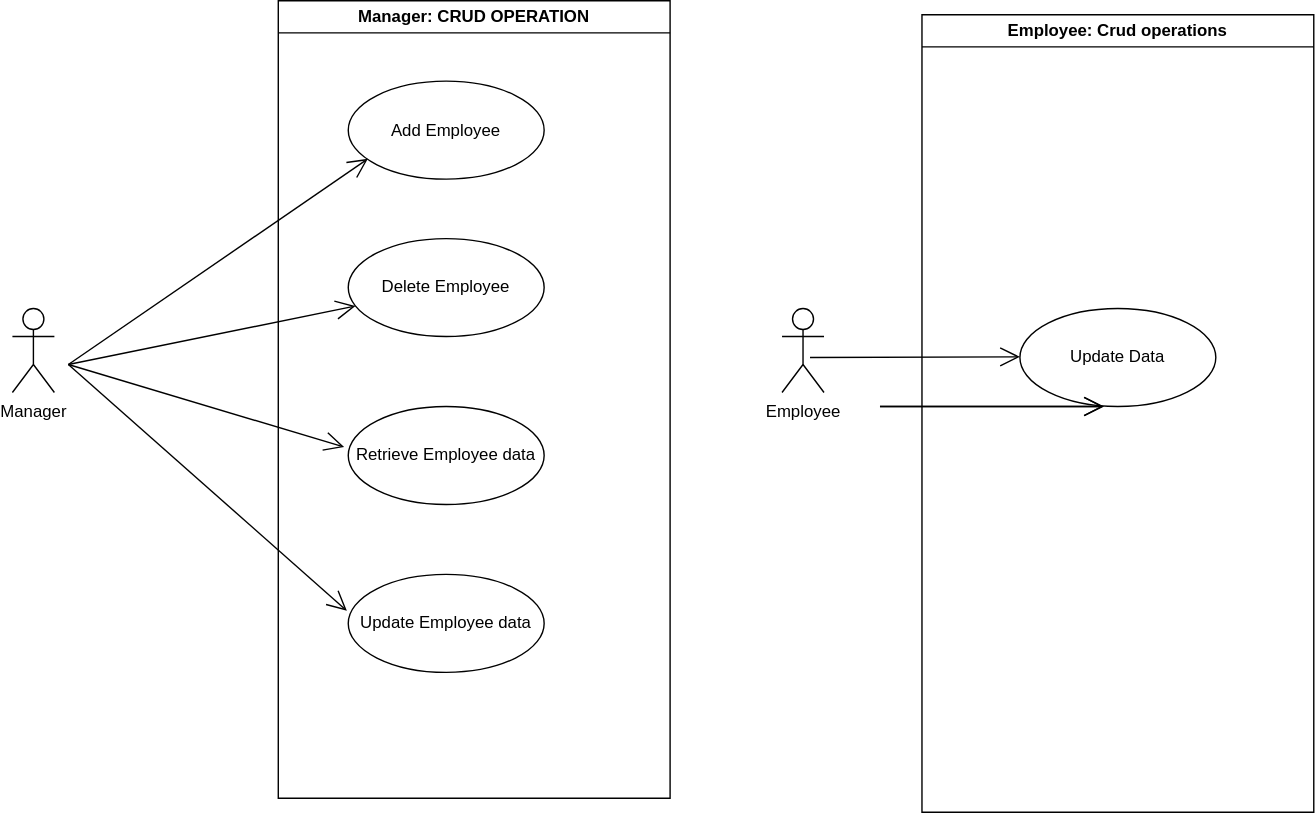
This is usecase-01.svg from elias-pitsi/python-flask, a draw.io export, as it was before one commit. Source tidied: cells renumbered, new cells last; positions are measured from the earlier drawing's top-left corner, leaving out a move shared by most shapes.
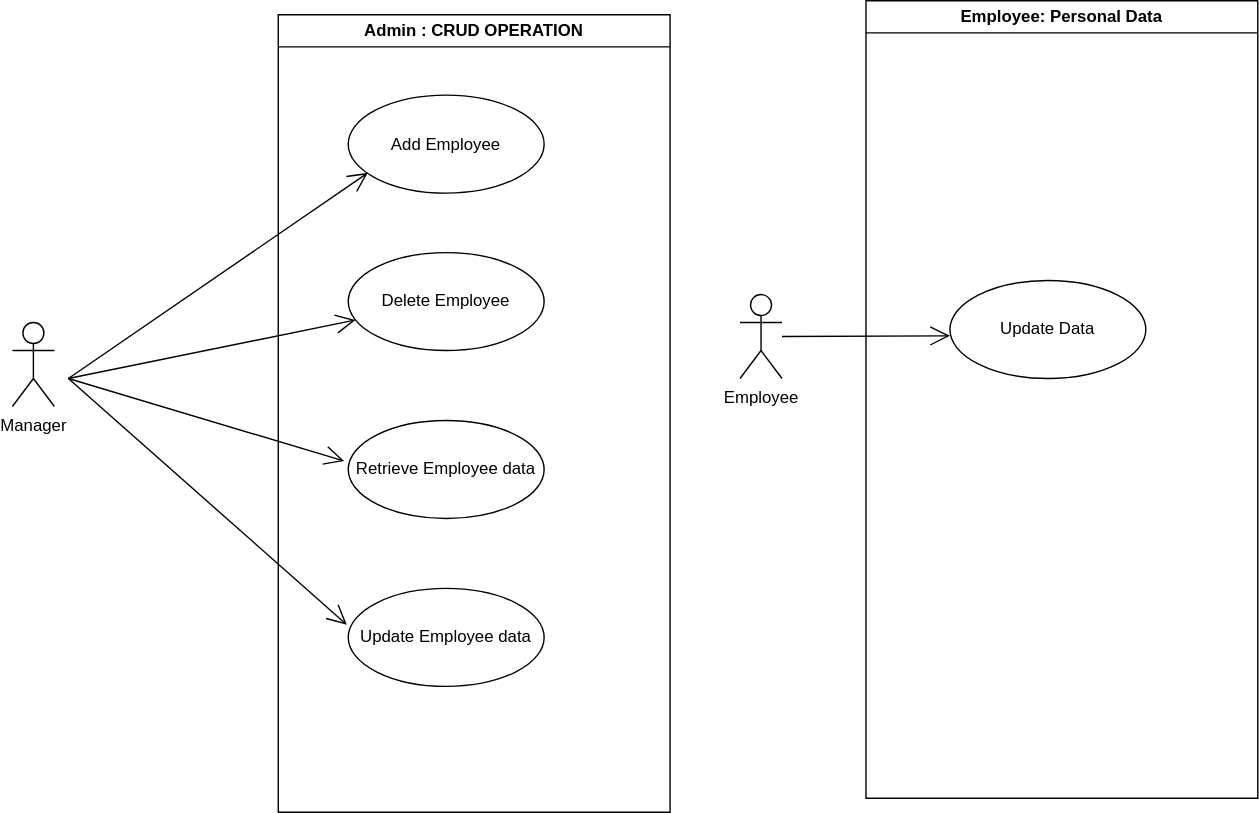
After the commit.

The edit, as a diff of the source:
```diff
@@ -2,7 +2,7 @@
   <root>
     <mxCell id="0" />
     <mxCell id="1" parent="0" />
-    <mxCell id="2" value="Manager: CRUD OPERATION" style="swimlane;whiteSpace=wrap;" parent="1" vertex="1">
+    <mxCell id="2" value="Admin : CRUD OPERATION" style="swimlane;whiteSpace=wrap;" parent="1" vertex="1">
       <mxGeometry x="190" width="280" height="570" as="geometry" />
     </mxCell>
     <mxCell id="3" value="Add Employee" style="ellipse;whiteSpace=wrap;html=1;" parent="2" vertex="1">
@@ -17,41 +17,28 @@
     <mxCell id="6" value="Update Employee data" style="ellipse;whiteSpace=wrap;html=1;" parent="2" vertex="1">
       <mxGeometry x="50" y="410" width="140" height="70" as="geometry" />
     </mxCell>
-    <mxCell id="7" value="Employee: Crud operations" style="swimlane;whiteSpace=wrap;startSize=23;" parent="1" vertex="1">
-      <mxGeometry x="650" y="10" width="280" height="570" as="geometry" />
+    <mxCell id="7" value="Employee: Personal Data" style="swimlane;whiteSpace=wrap;startSize=23;" parent="1" vertex="1">
+      <mxGeometry x="610" y="-10" width="280" height="570" as="geometry" />
     </mxCell>
     <mxCell id="8" value="Update Data" style="ellipse;whiteSpace=wrap;html=1;" parent="7" vertex="1">
-      <mxGeometry x="70" y="210" width="140" height="70" as="geometry" />
+      <mxGeometry x="60" y="200" width="140" height="70" as="geometry" />
     </mxCell>
+    <mxCell id="11" style="endArrow=open;endFill=1;endSize=12;html=1;" parent="7" edge="1" source="10">
+      <mxGeometry relative="1" as="geometry">
+        <mxPoint x="60" y="239.5" as="targetPoint" />
+      </mxGeometry>
+    </mxCell>
     <mxCell id="9" value="Manager" style="shape=umlActor;verticalLabelPosition=bottom;verticalAlign=top;html=1;" parent="1" vertex="1">
       <mxGeometry y="220" width="30" height="60" as="geometry" />
     </mxCell>
     <mxCell id="10" value="Employee" style="shape=umlActor;verticalLabelPosition=bottom;verticalAlign=top;html=1;" parent="1" vertex="1">
-      <mxGeometry x="550" y="220" width="30" height="60" as="geometry" />
+      <mxGeometry x="520" y="200" width="30" height="60" as="geometry" />
     </mxCell>
-    <mxCell id="11" style="endArrow=open;endFill=1;endSize=12;html=1;" parent="1" edge="1">
-      <mxGeometry relative="1" as="geometry">
-        <mxPoint x="570" y="255" as="sourcePoint" />
-        <mxPoint x="720" y="254.5" as="targetPoint" />
-      </mxGeometry>
-    </mxCell>
     <mxCell id="12" style="endArrow=open;endFill=1;endSize=12;html=1;entryX=0.1;entryY=0.793;entryDx=0;entryDy=0;entryPerimeter=0;" parent="1" edge="1" target="3">
       <mxGeometry relative="1" as="geometry">
         <mxPoint x="40" y="260" as="sourcePoint" />
       </mxGeometry>
     </mxCell>
-    <mxCell id="13" style="endArrow=open;endFill=1;endSize=12;html=1;" parent="1" edge="1">
-      <mxGeometry relative="1" as="geometry">
-        <mxPoint x="620" y="290" as="sourcePoint" />
-        <mxPoint x="780" y="290" as="targetPoint" />
-      </mxGeometry>
-    </mxCell>
-    <mxCell id="14" style="endArrow=open;endFill=1;endSize=12;html=1;" parent="1" edge="1">
-      <mxGeometry relative="1" as="geometry">
-        <mxPoint x="620" y="290" as="sourcePoint" />
-        <mxPoint x="780" y="290" as="targetPoint" />
-      </mxGeometry>
-    </mxCell>
     <mxCell id="15" style="endArrow=open;endFill=1;endSize=12;html=1;" parent="1" edge="1" target="4">
       <mxGeometry relative="1" as="geometry">
         <mxPoint x="40" y="260" as="sourcePoint" />
```
